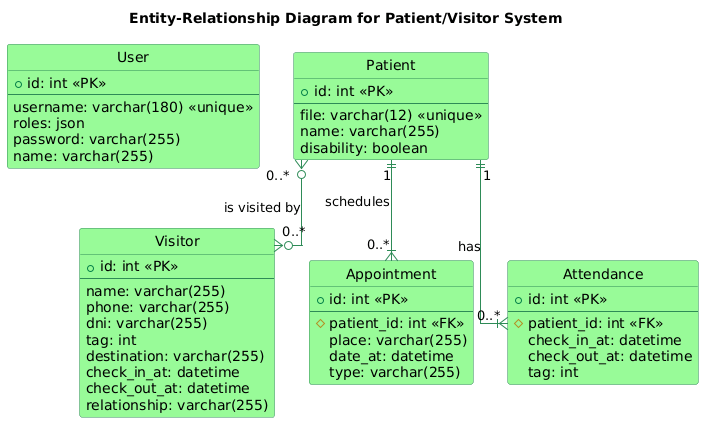
Before: DER.png, a diagram exported from PlantUML (genomorro/registro-io). Its source is kept beside it as DER.puml.
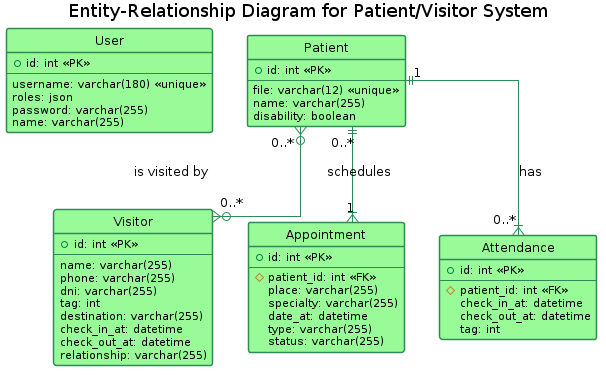
After the commit.

What changed in the source:
```diff
@@ -48,8 +48,10 @@
   --
   # patient_id: int <<FK>>
   place: varchar(255)
+  specialty: varchar(255)
   date_at: datetime
   type: varchar(255)
+  status: varchar(255)
 }
 
 entity "Attendance" as attendance {
```
